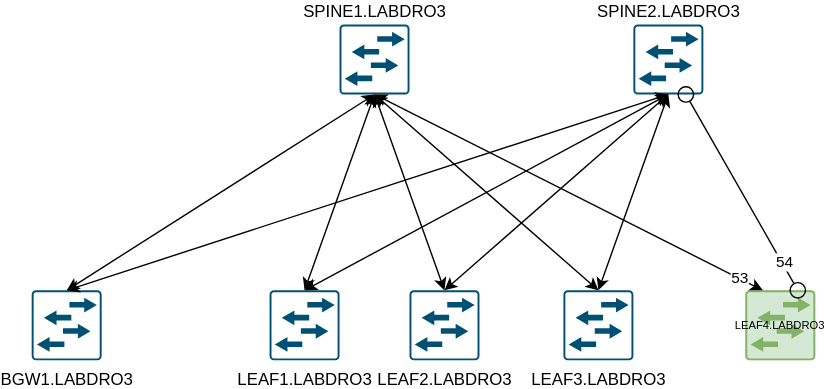
Earlier version of the draw.io export distri_lab.svg (thedenman/flow). Source tidied: cells renumbered, new cells last; positions are measured from the earlier drawing's top-left corner, leaving out a move shared by most shapes.
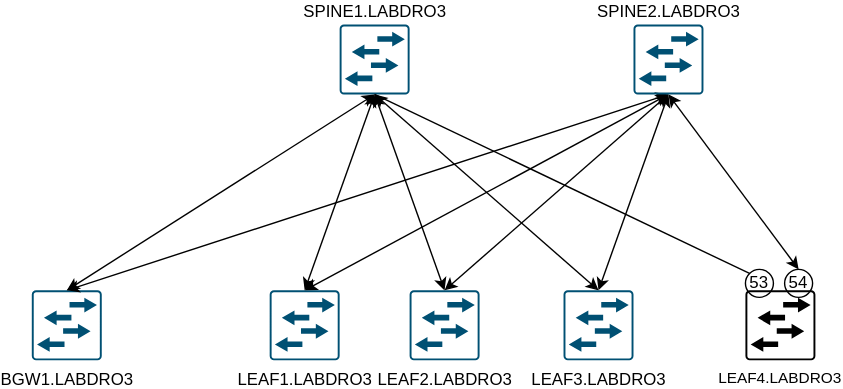
Later version of the same file.

Diff of the diagram source:
```diff
@@ -13,20 +13,17 @@
         <mxGeometry x="220" width="50" height="50" as="geometry" />
       </mxCell>
     </object>
-    <mxCell id="5" value="SPINE2.LABDRO3" style="sketch=0;points=[[0.015,0.015,0],[0.985,0.015,0],[0.985,0.985,0],[0.015,0.985,0],[0.25,0,0],[0.5,0,0],[0.75,0,0],[1,0.25,0],[1,0.5,0],[1,0.75,0],[0.75,1,0],[0.5,1,0],[0.25,1,0],[0,0.75,0],[0,0.5,0],[0,0.25,0]];verticalLabelPosition=top;html=1;verticalAlign=bottom;align=center;shape=mxgraph.cisco19.rect;prIcon=l2_switch;fillColor=none;strokeColor=#005073;labelPosition=center;" parent="1" vertex="1">
-      <mxGeometry x="430" width="50" height="50" as="geometry" />
-    </mxCell>
     <mxCell id="6" value="LEAF2.LABDRO3" style="sketch=0;points=[[0.015,0.015,0],[0.985,0.015,0],[0.985,0.985,0],[0.015,0.985,0],[0.25,0,0],[0.5,0,0],[0.75,0,0],[1,0.25,0],[1,0.5,0],[1,0.75,0],[0.75,1,0],[0.5,1,0],[0.25,1,0],[0,0.75,0],[0,0.5,0],[0,0.25,0]];verticalLabelPosition=bottom;html=1;verticalAlign=top;align=center;shape=mxgraph.cisco19.rect;prIcon=l2_switch;fillColor=none;strokeColor=#005073;" parent="1" vertex="1">
       <mxGeometry x="270" y="190" width="50" height="50" as="geometry" />
     </mxCell>
     <mxCell id="7" value="LEAF3.LABDRO3" style="sketch=0;points=[[0.015,0.015,0],[0.985,0.015,0],[0.985,0.985,0],[0.015,0.985,0],[0.25,0,0],[0.5,0,0],[0.75,0,0],[1,0.25,0],[1,0.5,0],[1,0.75,0],[0.75,1,0],[0.5,1,0],[0.25,1,0],[0,0.75,0],[0,0.5,0],[0,0.25,0]];verticalLabelPosition=bottom;html=1;verticalAlign=top;align=center;shape=mxgraph.cisco19.rect;prIcon=l2_switch;fillColor=none;strokeColor=#005073;" parent="1" vertex="1">
       <mxGeometry x="380" y="190" width="50" height="50" as="geometry" />
     </mxCell>
-    <object id="8" label="LEAF4.LABDRO3" placeholders="1">
-      <mxCell style="sketch=0;points=[[0.015,0.015,0],[0.985,0.015,0],[0.985,0.985,0],[0.015,0.985,0],[0.25,0,0],[0.5,0,0],[0.75,0,0],[1,0.25,0],[1,0.5,0],[1,0.75,0],[0.75,1,0],[0.5,1,0],[0.25,1,0],[0,0.75,0],[0,0.5,0],[0,0.25,0]];verticalLabelPosition=middle;html=1;verticalAlign=middle;align=center;shape=mxgraph.cisco19.rect;prIcon=l2_switch;fillColor=#d5e8d4;strokeColor=#82b366;whiteSpace=wrap;fillStyle=auto;labelPosition=center;fontSize=8;" parent="1" vertex="1">
-        <mxGeometry x="510" y="190" width="50" height="50" as="geometry" />
-      </mxCell>
-    </object>
+    <object id="21" label="&lt;font style=&quot;font-size: 11px;&quot;&gt;LEAF4.LABDRO3&lt;/font&gt;" placeholders="1">
+      <mxCell style="verticalLabelPosition=bottom;html=1;verticalAlign=top;align=center;shape=mxgraph.cisco19.rect;prIcon=l2_switch;fillColor=default;strokeColor=default;whiteSpace=wrap;fillStyle=auto;labelPosition=center;fontSize=8;shadow=0;" parent="1" vertex="1">
+        <mxGeometry x="510" y="190" width="50" height="50" as="geometry" />
+      </mxCell>
+    </object>
     <mxCell id="9" style="endArrow=classic;startArrow=classic;html=1;rounded=0;exitX=0.5;exitY=0;exitDx=0;exitDy=0;exitPerimeter=0;entryX=0.5;entryY=1;entryDx=0;entryDy=0;entryPerimeter=0;" parent="1" edge="1" source="3" target="4">
       <mxGeometry relative="1" as="geometry" />
     </mxCell>
@@ -42,12 +39,6 @@
     <mxCell id="13" style="endArrow=classic;startArrow=classic;html=1;rounded=0;exitX=0.5;exitY=0;exitDx=0;exitDy=0;exitPerimeter=0;entryX=0.5;entryY=1;entryDx=0;entryDy=0;entryPerimeter=0;" parent="1" edge="1" source="7" target="4">
       <mxGeometry relative="1" as="geometry" />
     </mxCell>
-    <mxCell id="14" style="endArrow=classic;startArrow=classic;html=1;rounded=0;entryX=0.5;entryY=1;entryDx=0;entryDy=0;entryPerimeter=0;exitX=0.25;exitY=0;exitDx=0;exitDy=0;exitPerimeter=0;" parent="1" edge="1" source="8" target="4">
-      <mxGeometry relative="1" as="geometry" />
-    </mxCell>
-    <mxCell id="15" value="53" style="edgeLabel;html=1;align=center;verticalAlign=middle;points=[];" parent="14" vertex="1">
-      <mxGeometry x="-0.88" y="-1" relative="1" as="geometry" />
-    </mxCell>
     <mxCell id="16" style="endArrow=classic;startArrow=classic;html=1;rounded=0;exitX=0.5;exitY=0;exitDx=0;exitDy=0;exitPerimeter=0;entryX=0.5;entryY=1;entryDx=0;entryDy=0;entryPerimeter=0;" parent="1" edge="1" source="3" target="5">
       <mxGeometry relative="1" as="geometry" />
     </mxCell>
@@ -57,13 +48,20 @@
     <mxCell id="18" style="endArrow=classic;startArrow=classic;html=1;rounded=0;exitX=0.5;exitY=0;exitDx=0;exitDy=0;exitPerimeter=0;entryX=0.5;entryY=1;entryDx=0;entryDy=0;entryPerimeter=0;" parent="1" edge="1" source="7" target="5">
       <mxGeometry relative="1" as="geometry" />
     </mxCell>
+    <mxCell id="8" value="54" style="ellipse;whiteSpace=wrap;html=1;fillColor=none;strokeColor=default;" parent="1" vertex="1">
+      <mxGeometry x="538" y="175" width="20" height="20" as="geometry" />
+    </mxCell>
-    <mxCell id="19" style="endArrow=oval;startArrow=oval;html=1;rounded=0;entryX=0.75;entryY=1;entryDx=0;entryDy=0;entryPerimeter=0;flowAnimation=0;fillColor=#f8cecc;strokeColor=default;startFill=0;jumpStyle=gap;shadow=0;exitX=0.75;exitY=0;exitDx=0;exitDy=0;exitPerimeter=0;elbow=vertical;endFill=0;snapToPoint=0;startSize=11;endSize=11;" parent="1" edge="1" source="8" target="5">
+    <mxCell id="19" style="endArrow=classic;startArrow=classic;html=1;rounded=0;exitX=0.5;exitY=0;exitDx=0;exitDy=0;entryX=0.5;entryY=1;entryDx=0;entryDy=0;entryPerimeter=0;" parent="1" edge="1" source="8" target="5">
       <mxGeometry relative="1" as="geometry" />
     </mxCell>
-    <mxCell id="20" value="54" style="edgeLabel;html=1;align=center;verticalAlign=middle;" parent="19" vertex="1">
-      <mxGeometry x="-0.65" relative="1" as="geometry">
-        <mxPoint x="4" y="5" as="offset" />
-      </mxGeometry>
-    </mxCell>
+    <mxCell id="5" value="SPINE2.LABDRO3" style="sketch=0;points=[[0.015,0.015,0],[0.985,0.015,0],[0.985,0.985,0],[0.015,0.985,0],[0.25,0,0],[0.5,0,0],[0.75,0,0],[1,0.25,0],[1,0.5,0],[1,0.75,0],[0.75,1,0],[0.5,1,0],[0.25,1,0],[0,0.75,0],[0,0.5,0],[0,0.25,0]];verticalLabelPosition=top;html=1;verticalAlign=bottom;align=center;shape=mxgraph.cisco19.rect;prIcon=l2_switch;fillColor=none;strokeColor=#005073;labelPosition=center;" parent="1" vertex="1">
+      <mxGeometry x="430" width="50" height="50" as="geometry" />
+    </mxCell>
+    <mxCell id="15" value="53" style="ellipse;whiteSpace=wrap;html=1;fillColor=none;strokeColor=default;" parent="1" vertex="1">
+      <mxGeometry x="510" y="175" width="20" height="20" as="geometry" />
+    </mxCell>
+    <mxCell id="22" style="endArrow=none;html=1;rounded=0;entryX=0;entryY=0;entryDx=0;entryDy=0;exitX=0.5;exitY=1;exitDx=0;exitDy=0;exitPerimeter=0;" parent="1" edge="1" source="4" target="15">
+      <mxGeometry relative="1" as="geometry" />
+    </mxCell>
   </root>
 </mxGraphModel>
```
